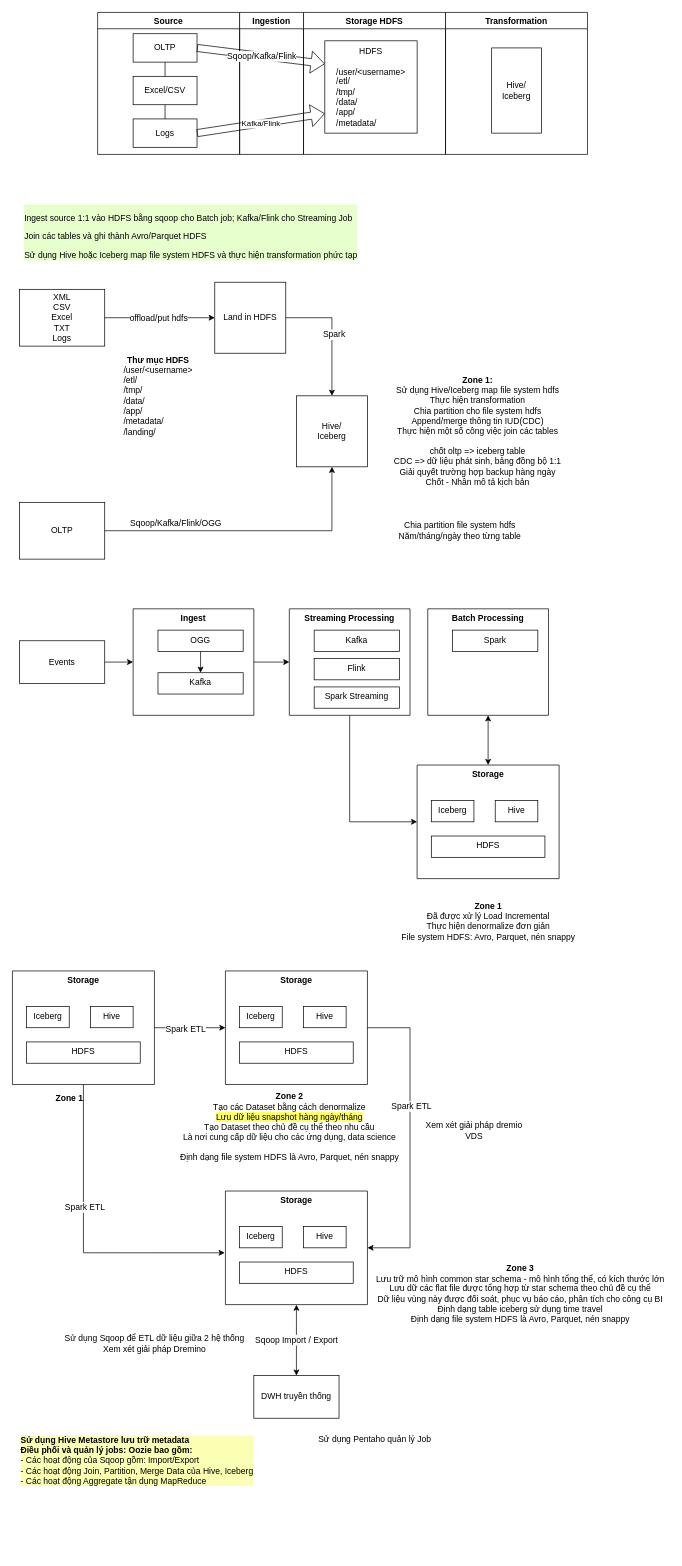
This is page "Page-2" (2 of 2) of Untitled Diagram.drawio from uyennt01/Project1, a draw.io file, before an edit. Source tidied: cells renumbered, new cells numbered last; positions are measured from the earlier drawing's top-left corner, leaving out a move shared by most shapes. Both pictures are drawn from the tidied source at 71%, with x=0, y=0 at pixel (12, 12).
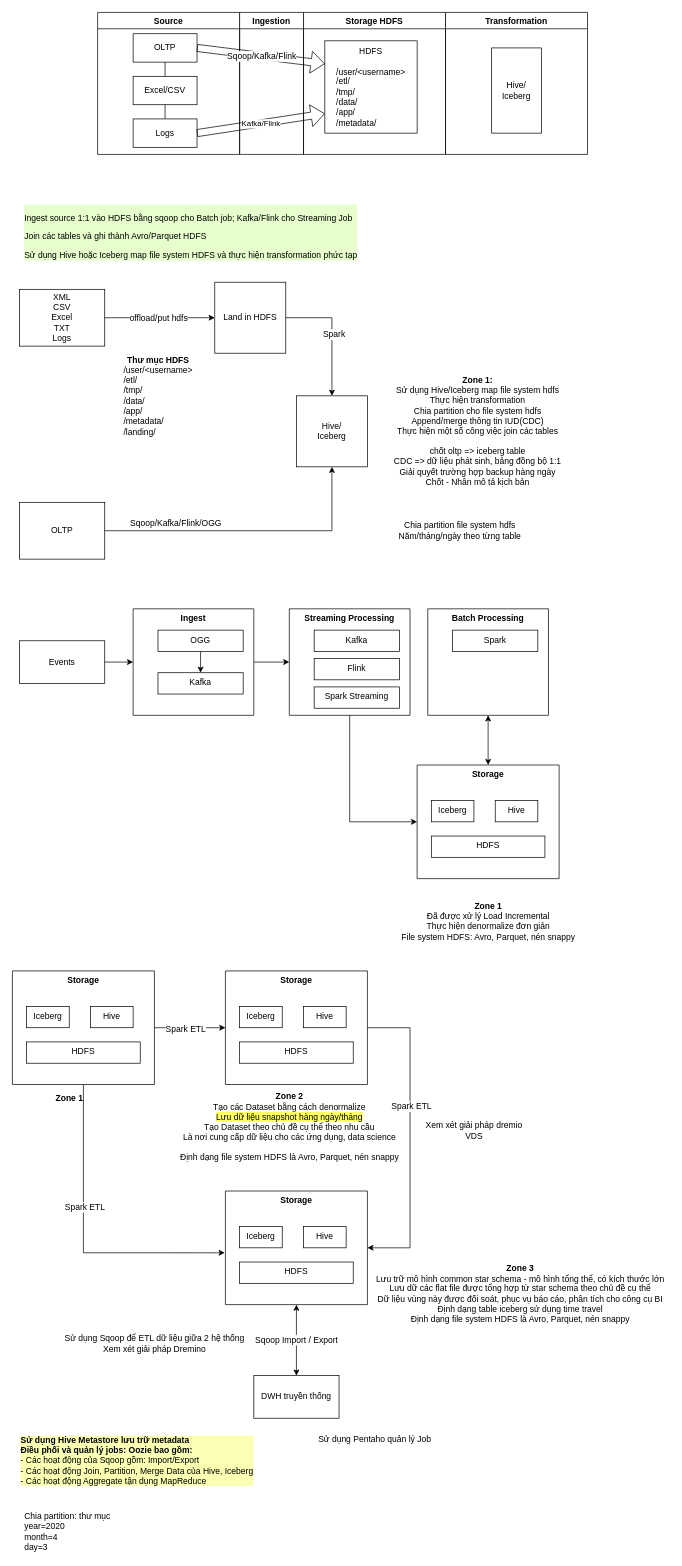
The same diagram, later.

The edit, as a diff of the source:
```diff
@@
+    <mxCell id="78" value="&lt;div&gt;Chia partition: thư mục&lt;br&gt;&lt;/div&gt;&lt;div&gt;year=2020&lt;/div&gt;&lt;div&gt;month=4&lt;/div&gt;&lt;div&gt;day=3&lt;br&gt;&lt;/div&gt;" style="text;html=1;align=left;verticalAlign=middle;strokeColor=none;fillColor=none;" parent="1" vertex="1">
+      <mxGeometry x="15" y="2110" width="140" height="60" as="geometry" />
+    </mxCell>
```
